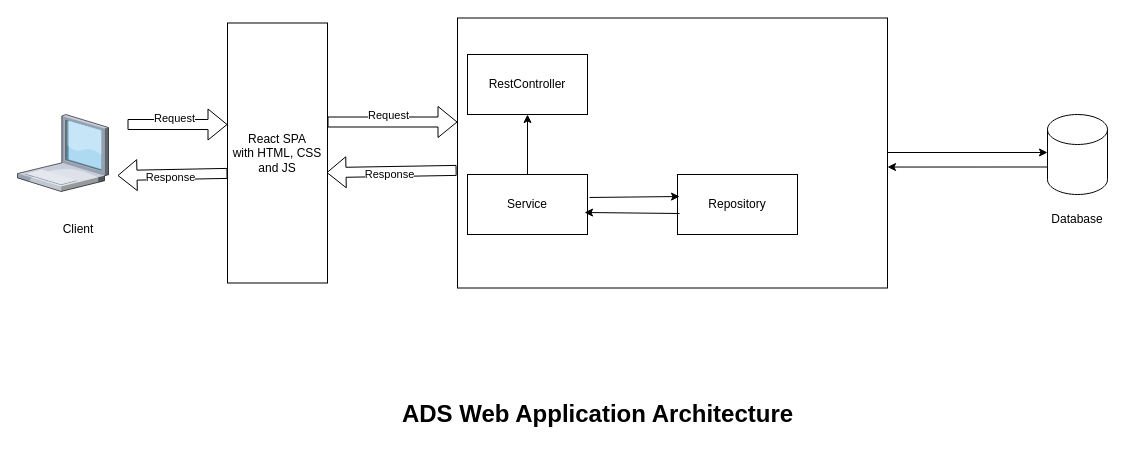
The draw.io diagram 20250331_ASD_CS489/_assignments/20250404_assignment_04/screenshots/ads-system-architecture.drawio in adhikari-suman/student-life-miu, before the edit. Source tidied: cells renumbered, new cells numbered last; positions are measured from the earlier drawing's top-left corner, leaving out a move shared by most shapes. Both pictures are drawn from the tidied source at 100%, with x=0, y=0 at pixel (17, 18).
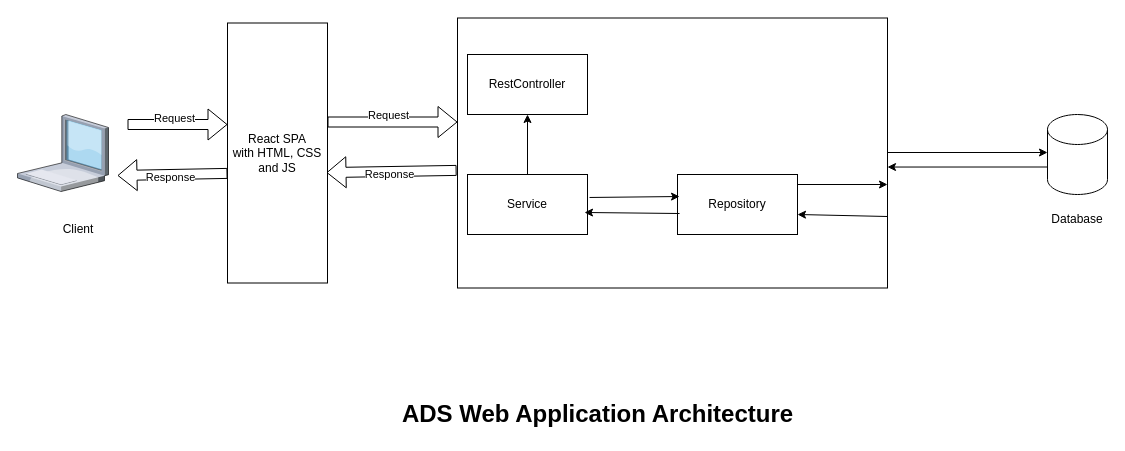
Above is the later version.

Commit message (it also covers changes not shown here):
refactor/ASD489-Lab4: update Lab4 solution

Unchanged cells that the change refers to:
```xml
<mxCell id="24" style="group;" parent="2" vertex="1">
  <mxGeometry x="440" width="430" height="270" as="geometry" />
</mxCell>
```

The edit, as a diff of the source:
```diff
@@
+    <mxCell id="32" style="endArrow=classic;html=1;rounded=0;exitX=1.017;exitY=0.383;exitDx=0;exitDy=0;entryX=0.017;entryY=0.367;entryDx=0;entryDy=0;entryPerimeter=0;exitPerimeter=0;" parent="24" edge="1">
+      <mxGeometry relative="1" as="geometry">
+        <mxPoint x="340" y="166.5" as="sourcePoint" />
+        <mxPoint x="430" y="166.5" as="targetPoint" />
+      </mxGeometry>
+    </mxCell>
+    <mxCell id="33" style="endArrow=classic;html=1;rounded=0;exitX=0.017;exitY=0.65;exitDx=0;exitDy=0;exitPerimeter=0;" parent="24" edge="1">
+      <mxGeometry relative="1" as="geometry">
+        <mxPoint x="430" y="198.5" as="sourcePoint" />
+        <mxPoint x="340" y="196.5" as="targetPoint" />
+      </mxGeometry>
+    </mxCell>
```
